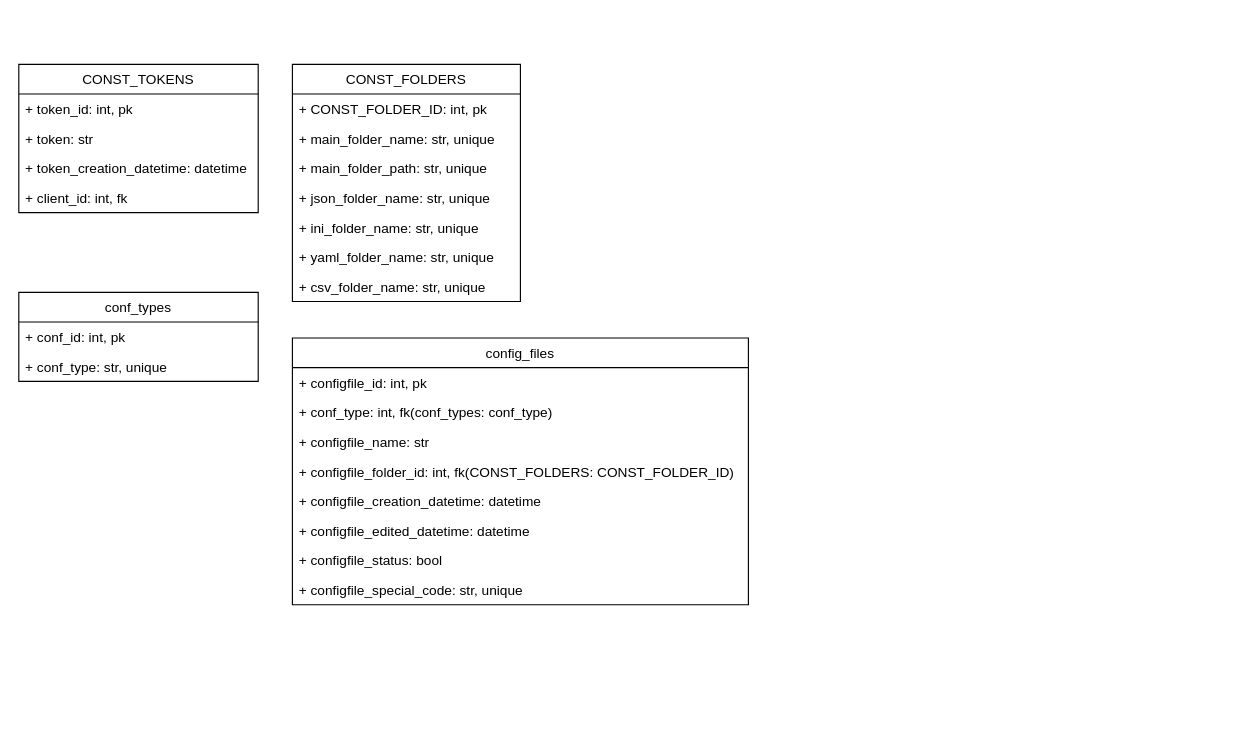
Earlier version of the draw.io diagram project_files/UMLs/db_diagram.drawio.xml (Sciencecode-Technologies/kipcon). Source tidied: cells renumbered, new cells numbered last; positions are measured from the earlier drawing's top-left corner, leaving out a move shared by most shapes. Both pictures are drawn from the tidied source at 114%, with x=0, y=0 at pixel (18, 64).
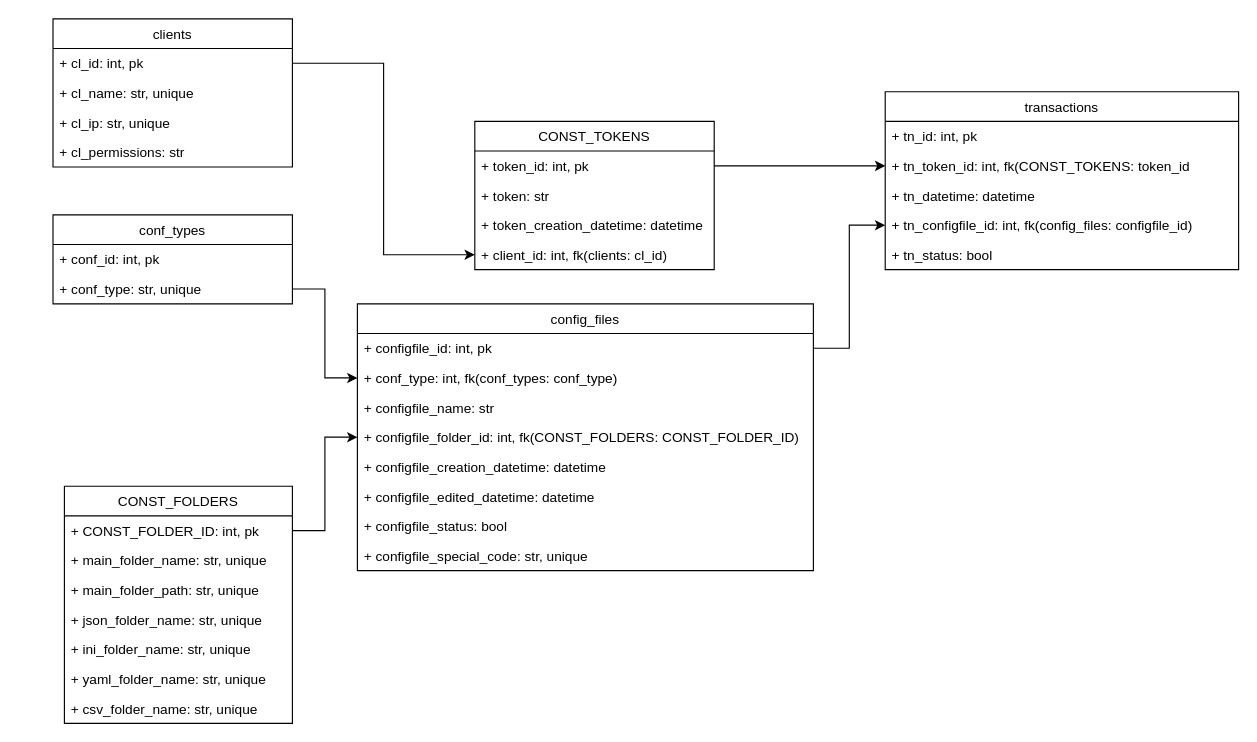
Above is the later version.

Unchanged cells that the change refers to:
```xml
<mxCell id="3" value="+ token_id: int, pk" style="text;strokeColor=none;fillColor=none;align=left;verticalAlign=top;spacingLeft=4;spacingRight=4;overflow=hidden;points=[[0,0.5],[1,0.5]];portConstraint=eastwest;" parent="2" vertex="1">
  <mxGeometry y="26" width="210" height="26" as="geometry" />
</mxCell>
<mxCell id="8" value="+ CONST_FOLDER_ID: int, pk" style="text;strokeColor=none;fillColor=none;align=left;verticalAlign=top;spacingLeft=4;spacingRight=4;overflow=hidden;points=[[0,0.5],[1,0.5]];portConstraint=eastwest;" parent="7" vertex="1">
  <mxGeometry y="26" width="200" height="26" as="geometry" />
</mxCell>
<mxCell id="17" value="+ conf_type: str, unique" style="text;strokeColor=none;fillColor=none;align=left;verticalAlign=top;spacingLeft=4;spacingRight=4;overflow=hidden;points=[[0,0.5],[1,0.5]];portConstraint=eastwest;" parent="15" vertex="1">
  <mxGeometry y="52" width="210" height="26" as="geometry" />
</mxCell>
<mxCell id="19" value="+ configfile_id: int, pk" style="text;strokeColor=none;fillColor=none;align=left;verticalAlign=top;spacingLeft=4;spacingRight=4;overflow=hidden;points=[[0,0.5],[1,0.5]];portConstraint=eastwest;" parent="18" vertex="1">
  <mxGeometry y="26" width="400" height="26" as="geometry" />
</mxCell>
<mxCell id="20" value="+ conf_type: int, fk(conf_types: conf_type)" style="text;strokeColor=none;fillColor=none;align=left;verticalAlign=top;spacingLeft=4;spacingRight=4;overflow=hidden;points=[[0,0.5],[1,0.5]];portConstraint=eastwest;" parent="18" vertex="1">
  <mxGeometry y="52" width="400" height="26" as="geometry" />
</mxCell>
<mxCell id="22" value="+ configfile_folder_id: int, fk(CONST_FOLDERS: CONST_FOLDER_ID)" style="text;strokeColor=none;fillColor=none;align=left;verticalAlign=top;spacingLeft=4;spacingRight=4;overflow=hidden;points=[[0,0.5],[1,0.5]];portConstraint=eastwest;" parent="18" vertex="1">
  <mxGeometry y="104" width="400" height="26" as="geometry" />
</mxCell>
```

What changed in the source:
```diff
@@
     <mxCell id="2" value="CONST_TOKENS" style="swimlane;fontStyle=0;horizontal=1;startSize=26;fillColor=none;" parent="1" vertex="1">
-      <mxGeometry width="210" height="130" as="geometry" />
+      <mxGeometry x="400" y="50" width="210" height="130" as="geometry" />
     </mxCell>
@@
-    <mxCell id="6" value="+ client_id: int, fk" style="text;strokeColor=none;fillColor=none;align=left;verticalAlign=top;spacingLeft=4;spacingRight=4;overflow=hidden;points=[[0,0.5],[1,0.5]];portConstraint=eastwest;" parent="2" vertex="1">
+    <mxCell id="6" value="+ client_id: int, fk(clients: cl_id)" style="text;strokeColor=none;fillColor=none;align=left;verticalAlign=top;spacingLeft=4;spacingRight=4;overflow=hidden;points=[[0,0.5],[1,0.5]];portConstraint=eastwest;" parent="2" vertex="1">
       <mxGeometry y="104" width="210" height="26" as="geometry" />
     </mxCell>
     <mxCell id="7" value="CONST_FOLDERS" style="swimlane;fontStyle=0;horizontal=1;startSize=26;fillColor=none;" parent="1" vertex="1">
-      <mxGeometry x="240" width="200" height="208" as="geometry" />
+      <mxGeometry x="40" y="370" width="200" height="208" as="geometry" />
     </mxCell>
@@
     <mxCell id="15" value="conf_types" style="swimlane;fontStyle=0;horizontal=1;startSize=26;fillColor=none;" parent="1" vertex="1">
-      <mxGeometry y="200" width="210" height="78" as="geometry" />
+      <mxGeometry x="30" y="132" width="210" height="78" as="geometry" />
     </mxCell>
@@
     <mxCell id="18" value="config_files" style="swimlane;fontStyle=0;horizontal=1;startSize=26;fillColor=none;" parent="1" vertex="1">
-      <mxGeometry x="240" y="240" width="400" height="234" as="geometry" />
+      <mxGeometry x="297" y="210" width="400" height="234" as="geometry" />
     </mxCell>
@@
+    <mxCell id="27" style="edgeStyle=orthogonalEdgeStyle;rounded=0;jettySize=auto;html=1;exitX=1;exitY=0.5;exitDx=0;exitDy=0;entryX=0;entryY=0.5;entryDx=0;entryDy=0;" parent="1" edge="1" source="8" target="22">
+      <mxGeometry relative="1" as="geometry" />
+    </mxCell>
+    <mxCell id="28" style="edgeStyle=orthogonalEdgeStyle;rounded=0;jettySize=auto;html=1;exitX=1;exitY=0.5;exitDx=0;exitDy=0;entryX=0;entryY=0.5;entryDx=0;entryDy=0;" parent="1" edge="1" source="17" target="20">
+      <mxGeometry relative="1" as="geometry" />
+    </mxCell>
+    <mxCell id="29" value="transactions" style="swimlane;fontStyle=0;horizontal=1;startSize=26;fillColor=none;" parent="1" vertex="1">
+      <mxGeometry x="760" y="24" width="310" height="156" as="geometry" />
+    </mxCell>
+    <mxCell id="30" value="+ tn_id: int, pk" style="text;strokeColor=none;fillColor=none;align=left;verticalAlign=top;spacingLeft=4;spacingRight=4;overflow=hidden;" parent="29" vertex="1">
+      <mxGeometry y="26" width="310" height="26" as="geometry" />
+    </mxCell>
+    <mxCell id="31" value="+ tn_token_id: int, fk(CONST_TOKENS: token_id" style="text;strokeColor=none;fillColor=none;align=left;verticalAlign=top;spacingLeft=4;spacingRight=4;overflow=hidden;points=[[0,0.5],[1,0.5]];portConstraint=eastwest;" parent="29" vertex="1">
+      <mxGeometry y="52" width="310" height="26" as="geometry" />
+    </mxCell>
+    <mxCell id="32" value="+ tn_datetime: datetime" style="text;strokeColor=none;fillColor=none;align=left;verticalAlign=top;spacingLeft=4;spacingRight=4;overflow=hidden;" parent="29" vertex="1">
+      <mxGeometry y="78" width="310" height="26" as="geometry" />
+    </mxCell>
+    <mxCell id="33" value="+ tn_configfile_id: int, fk(config_files: configfile_id)" style="text;strokeColor=none;fillColor=none;align=left;verticalAlign=top;spacingLeft=4;spacingRight=4;overflow=hidden;points=[[0,0.5],[1,0.5]];portConstraint=eastwest;" parent="29" vertex="1">
+      <mxGeometry y="104" width="310" height="26" as="geometry" />
+    </mxCell>
+    <mxCell id="34" value="+ tn_status: bool" style="text;strokeColor=none;fillColor=none;align=left;verticalAlign=top;spacingLeft=4;spacingRight=4;overflow=hidden;" parent="29" vertex="1">
+      <mxGeometry y="130" width="310" height="26" as="geometry" />
+    </mxCell>
+    <mxCell id="35" style="edgeStyle=orthogonalEdgeStyle;rounded=0;jettySize=auto;html=1;exitX=1;exitY=0.5;exitDx=0;exitDy=0;entryX=0;entryY=0.5;entryDx=0;entryDy=0;" parent="1" edge="1" source="3" target="31">
+      <mxGeometry relative="1" as="geometry" />
+    </mxCell>
+    <mxCell id="36" style="edgeStyle=orthogonalEdgeStyle;rounded=0;jettySize=auto;html=1;exitX=1;exitY=0.5;exitDx=0;exitDy=0;" parent="1" edge="1" source="19" target="33">
+      <mxGeometry relative="1" as="geometry" />
+    </mxCell>
+    <mxCell id="37" value="clients" style="swimlane;fontStyle=0;horizontal=1;startSize=26;fillColor=none;" parent="1" vertex="1">
+      <mxGeometry x="30" y="-40" width="210" height="130" as="geometry" />
+    </mxCell>
+    <mxCell id="38" value="+ cl_id: int, pk" style="text;strokeColor=none;fillColor=none;align=left;verticalAlign=top;spacingLeft=4;spacingRight=4;overflow=hidden;points=[[0,0.5],[1,0.5]];portConstraint=eastwest;" parent="37" vertex="1">
+      <mxGeometry y="26" width="210" height="26" as="geometry" />
+    </mxCell>
+    <mxCell id="39" value="+ cl_name: str, unique" style="text;strokeColor=none;fillColor=none;align=left;verticalAlign=top;spacingLeft=4;spacingRight=4;overflow=hidden;" parent="37" vertex="1">
+      <mxGeometry y="52" width="210" height="26" as="geometry" />
+    </mxCell>
+    <mxCell id="40" value="+ cl_ip: str, unique" style="text;strokeColor=none;fillColor=none;align=left;verticalAlign=top;spacingLeft=4;spacingRight=4;overflow=hidden;" parent="37" vertex="1">
+      <mxGeometry y="78" width="210" height="26" as="geometry" />
+    </mxCell>
+    <mxCell id="41" value="+ cl_permissions: str" style="text;strokeColor=none;fillColor=none;align=left;verticalAlign=top;spacingLeft=4;spacingRight=4;overflow=hidden;" parent="37" vertex="1">
+      <mxGeometry y="104" width="210" height="26" as="geometry" />
+    </mxCell>
+    <mxCell id="42" style="edgeStyle=orthogonalEdgeStyle;rounded=0;jettySize=auto;html=1;entryX=0;entryY=0.5;entryDx=0;entryDy=0;" parent="1" edge="1" source="38" target="6">
+      <mxGeometry relative="1" as="geometry" />
+    </mxCell>
```
